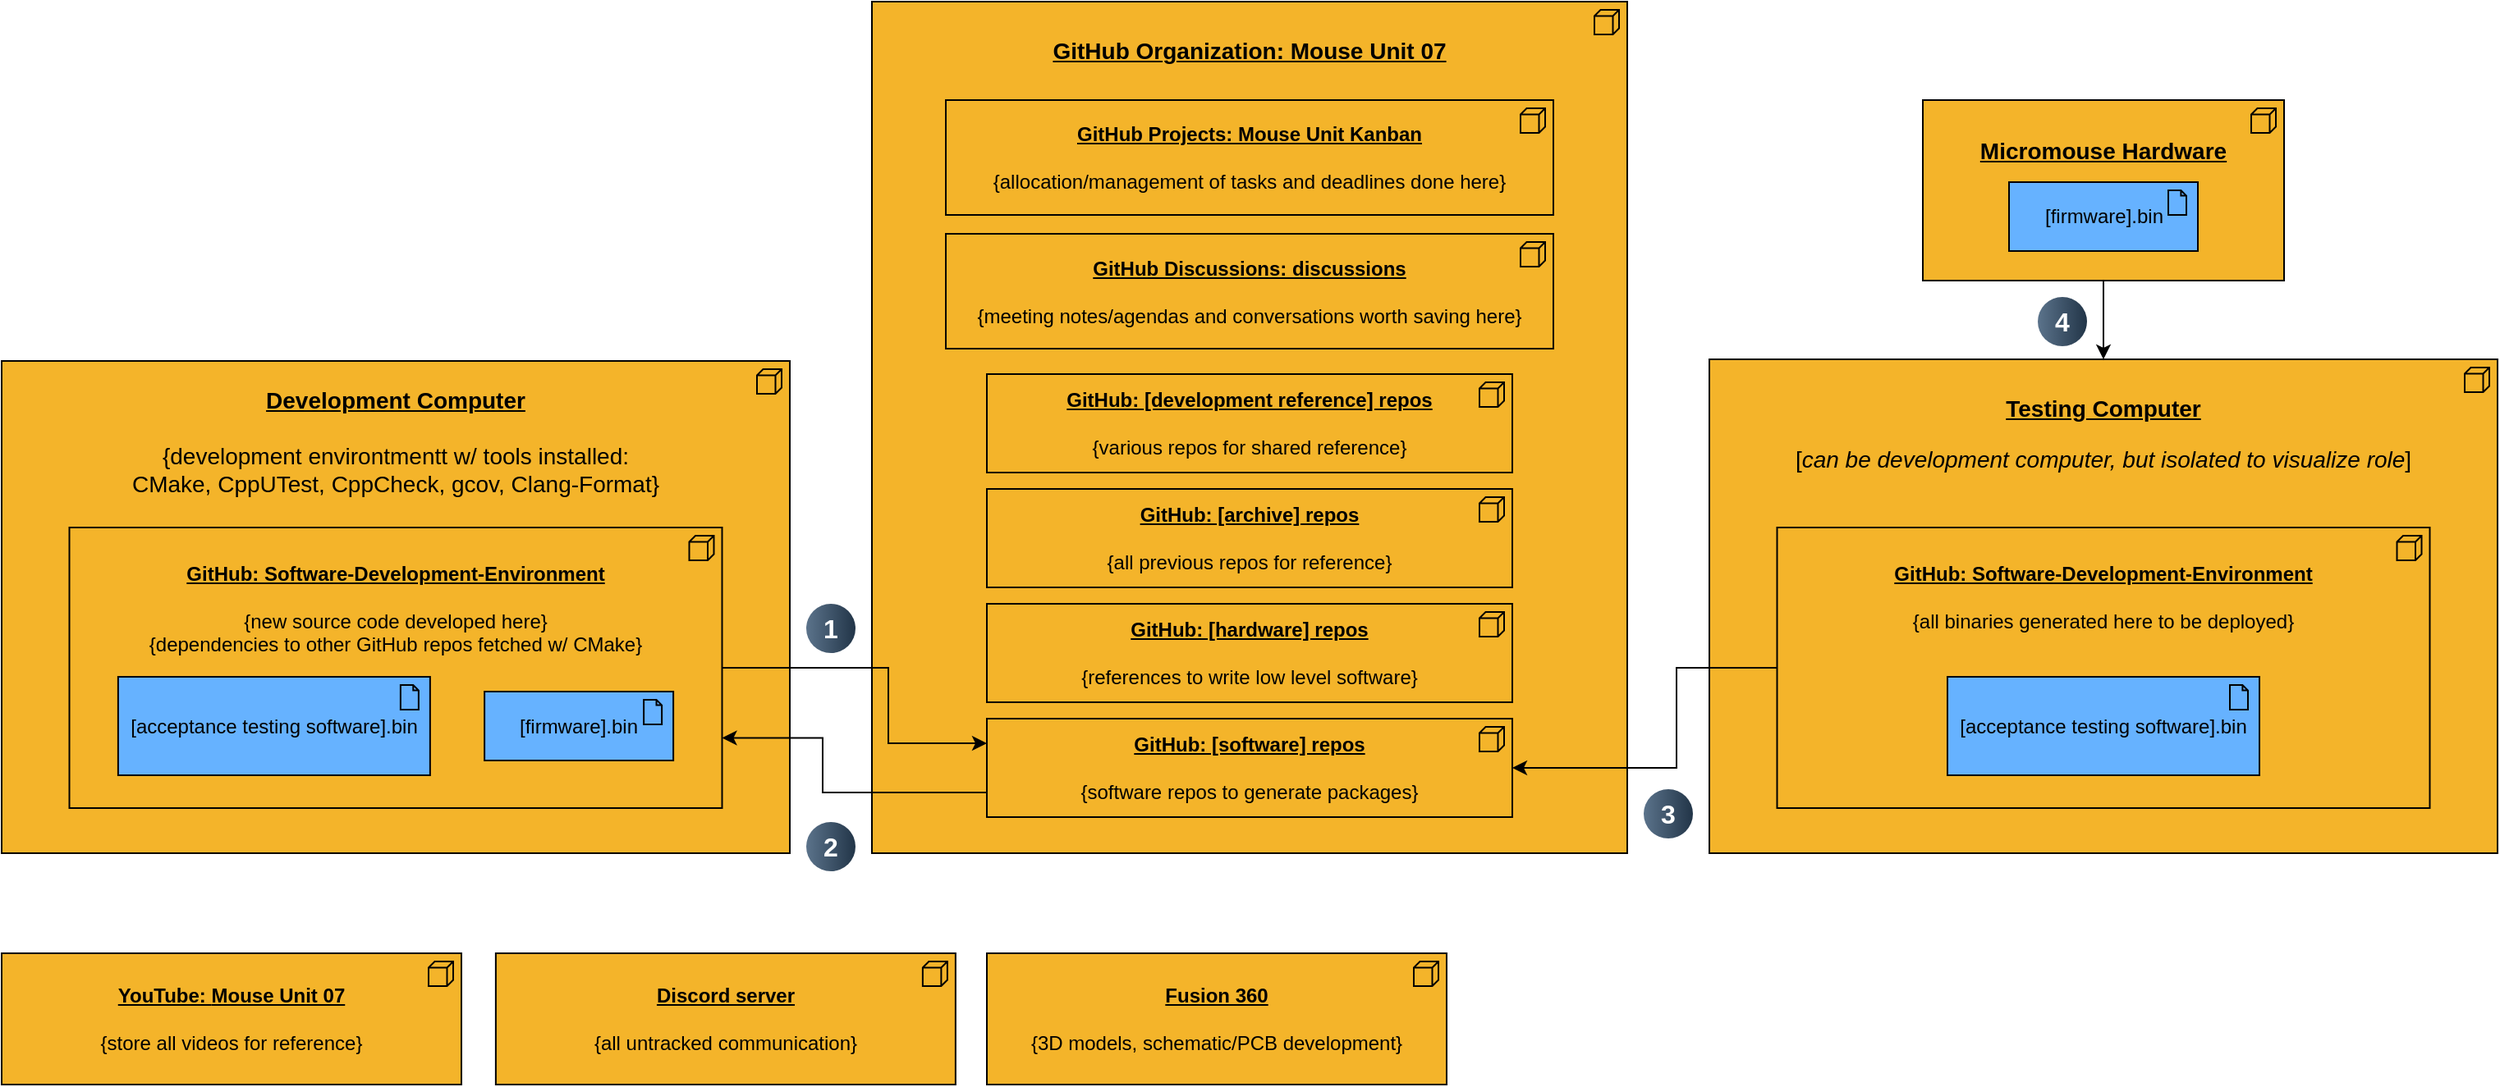
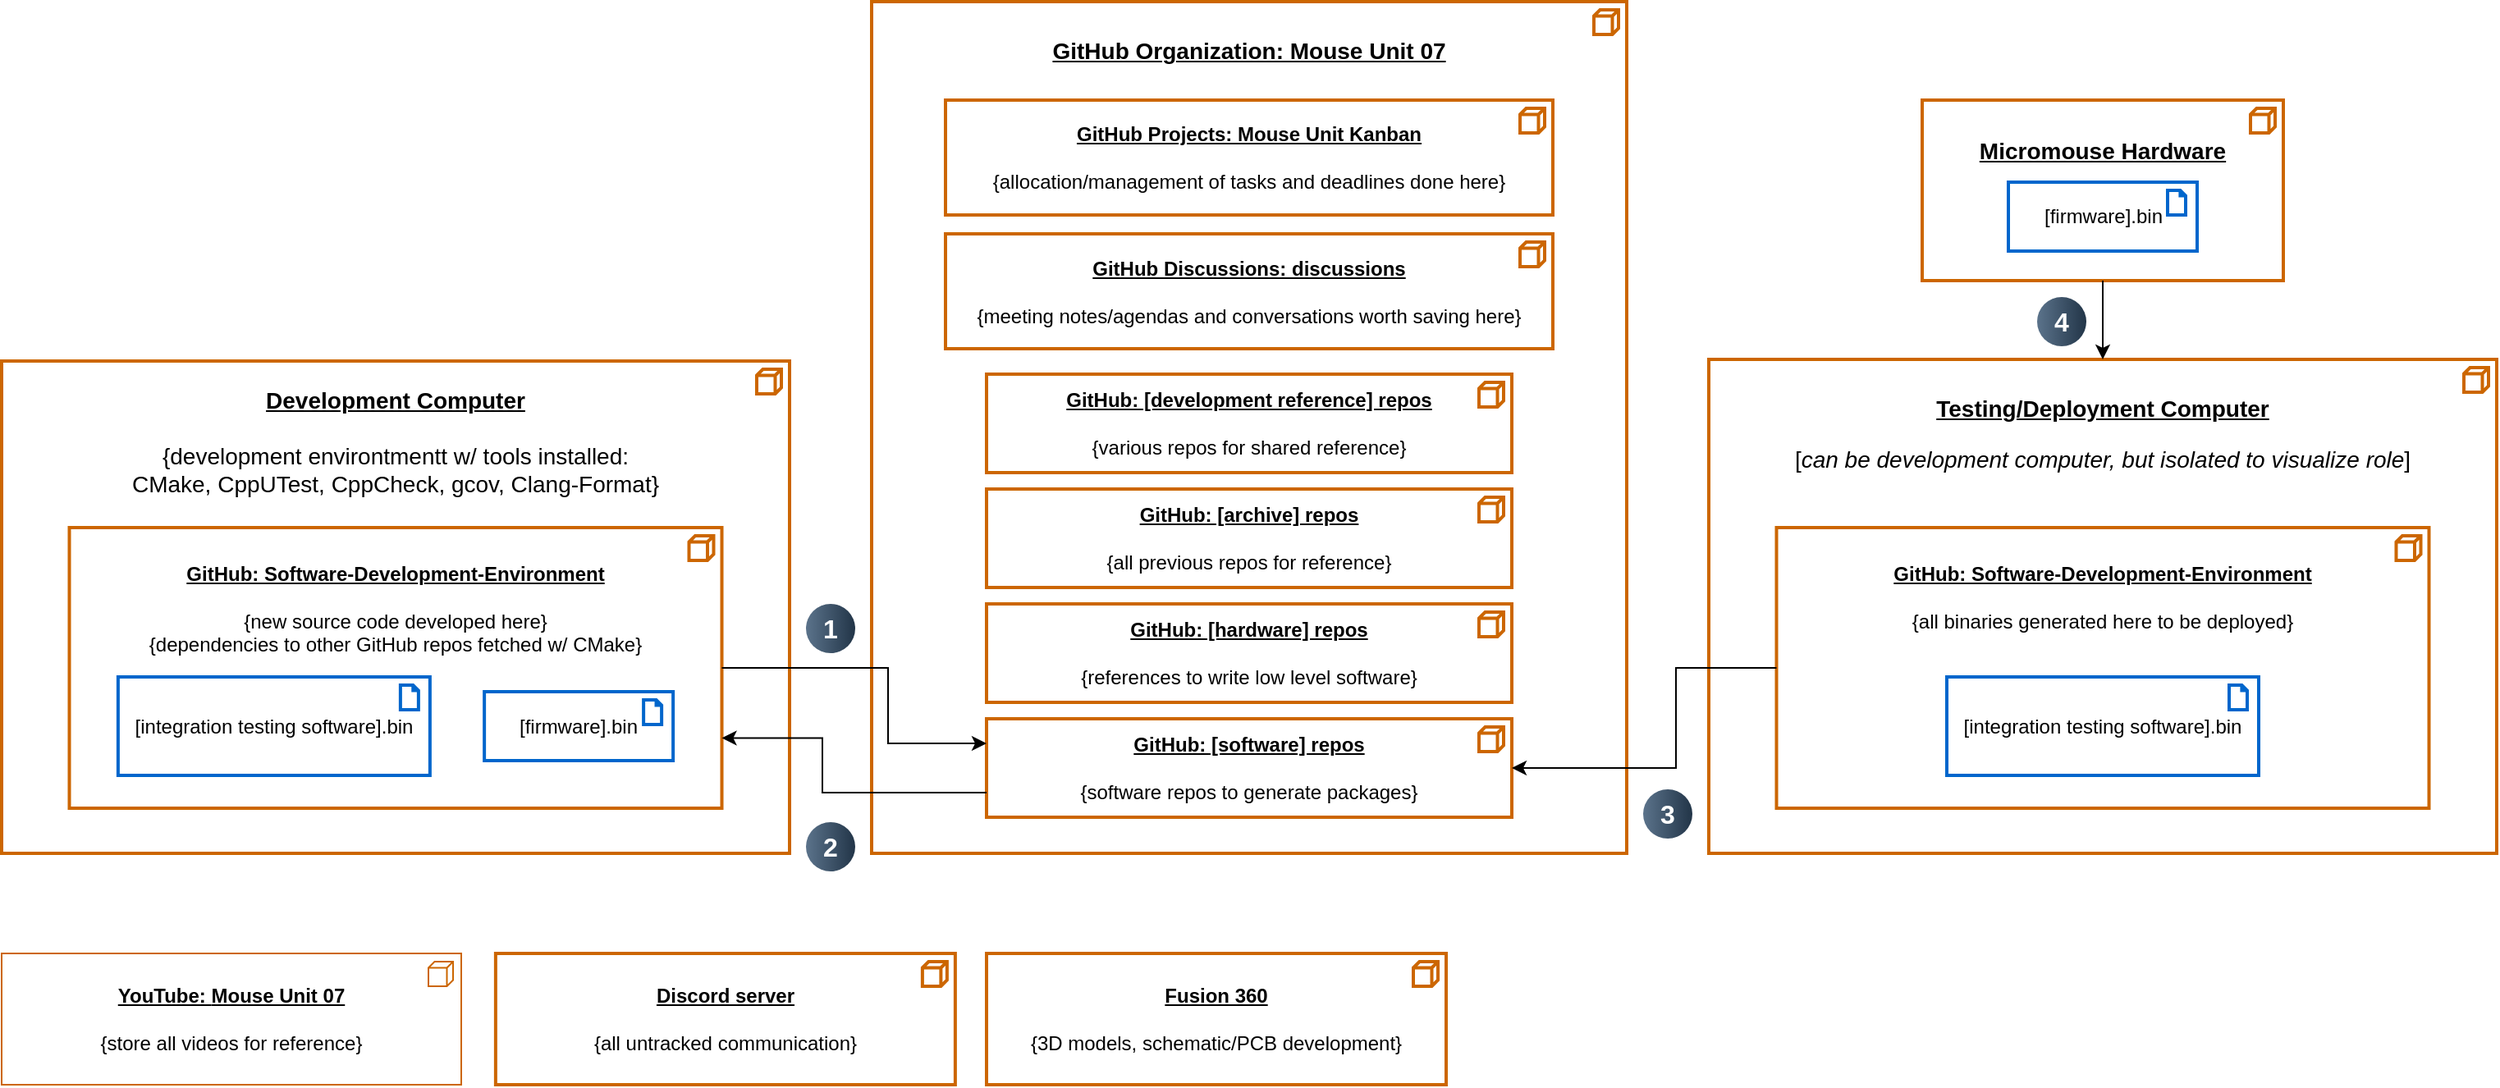
- <mxfile host="Electron" agent="Mozilla/5.0 (Windows NT 10.0; Win64; x64) AppleWebKit/537.36 (KHTML, like Gecko) draw.io/26.2.2 Chrome/134.0.6998.178 Electron/35.1.2 Safari/537.36" version="26.2.2">
+ <mxfile host="Electron" agent="Mozilla/5.0 (Windows NT 10.0; Win64; x64) AppleWebKit/537.36 (KHTML, like Gecko) draw.io/29.3.0 Chrome/140.0.7339.249 Electron/38.7.2 Safari/537.36" version="29.3.0">
  <diagram name="Page-1" id="e9XtBL2jhPyyOtfbMZeg">
-     <mxGraphModel dx="1491" dy="906" grid="1" gridSize="10" guides="1" tooltips="1" connect="1" arrows="1" fold="1" page="1" pageScale="1" pageWidth="850" pageHeight="1100" math="0" shadow="0">
+     <mxGraphModel dx="1303" dy="783" grid="1" gridSize="10" guides="1" tooltips="1" connect="1" arrows="1" fold="1" page="1" pageScale="1" pageWidth="850" pageHeight="1100" math="0" shadow="0">
      <root>
        <mxCell id="0" />
        <mxCell id="1" parent="0" />
-         <mxCell id="EkDYPHhw-KNSJjigWxGY-2" value="&lt;div style=&quot;&quot;&gt;&lt;b style=&quot;background-color: transparent; color: light-dark(rgb(0, 0, 0), rgb(255, 255, 255));&quot;&gt;&lt;u&gt;&lt;font style=&quot;font-size: 14px;&quot;&gt;GitHub Organization: Mouse Unit 07&lt;/font&gt;&lt;/u&gt;&lt;/b&gt;&lt;/div&gt;&lt;blockquote style=&quot;margin: 0 0 0 40px; border: none; padding: 0px;&quot;&gt;&lt;blockquote style=&quot;margin: 0px 0px 0px 40px; border: none; padding: 0px;&quot;&gt;&lt;b&gt;&lt;u&gt;&lt;br&gt;&lt;/u&gt;&lt;/b&gt;&lt;/blockquote&gt;&lt;blockquote style=&quot;margin: 0 0 0 40px; border: none; padding: 0px;&quot;&gt;&lt;b&gt;&lt;u&gt;&lt;br&gt;&lt;/u&gt;&lt;/b&gt;&lt;/blockquote&gt;&lt;blockquote style=&quot;margin: 0 0 0 40px; border: none; padding: 0px;&quot;&gt;&lt;b&gt;&lt;u&gt;&lt;br&gt;&lt;/u&gt;&lt;/b&gt;&lt;/blockquote&gt;&lt;blockquote style=&quot;margin: 0 0 0 40px; border: none; padding: 0px;&quot;&gt;&lt;b&gt;&lt;u&gt;&lt;br&gt;&lt;/u&gt;&lt;/b&gt;&lt;/blockquote&gt;&lt;blockquote style=&quot;margin: 0 0 0 40px; border: none; padding: 0px;&quot;&gt;&lt;b&gt;&lt;u&gt;&lt;br&gt;&lt;/u&gt;&lt;/b&gt;&lt;/blockquote&gt;&lt;blockquote style=&quot;margin: 0 0 0 40px; border: none; padding: 0px;&quot;&gt;&lt;b&gt;&lt;u&gt;&lt;br&gt;&lt;/u&gt;&lt;/b&gt;&lt;/blockquote&gt;&lt;blockquote style=&quot;margin: 0 0 0 40px; border: none; padding: 0px;&quot;&gt;&lt;b&gt;&lt;u&gt;&lt;br&gt;&lt;/u&gt;&lt;/b&gt;&lt;/blockquote&gt;&lt;blockquote style=&quot;margin: 0 0 0 40px; border: none; padding: 0px;&quot;&gt;&lt;br&gt;&lt;/blockquote&gt;&lt;blockquote style=&quot;margin: 0 0 0 40px; border: none; padding: 0px;&quot;&gt;&lt;b&gt;&lt;u&gt;&lt;br&gt;&lt;/u&gt;&lt;/b&gt;&lt;/blockquote&gt;&lt;blockquote style=&quot;margin: 0 0 0 40px; border: none; padding: 0px;&quot;&gt;&lt;b&gt;&lt;u&gt;&lt;br&gt;&lt;/u&gt;&lt;/b&gt;&lt;/blockquote&gt;&lt;blockquote style=&quot;margin: 0 0 0 40px; border: none; padding: 0px;&quot;&gt;&lt;b&gt;&lt;u&gt;&lt;br&gt;&lt;/u&gt;&lt;/b&gt;&lt;/blockquote&gt;&lt;blockquote style=&quot;margin: 0 0 0 40px; border: none; padding: 0px;&quot;&gt;&lt;b&gt;&lt;u&gt;&lt;br&gt;&lt;/u&gt;&lt;/b&gt;&lt;/blockquote&gt;&lt;blockquote style=&quot;margin: 0 0 0 40px; border: none; padding: 0px;&quot;&gt;&lt;b&gt;&lt;u&gt;&lt;br&gt;&lt;/u&gt;&lt;/b&gt;&lt;/blockquote&gt;&lt;blockquote style=&quot;margin: 0 0 0 40px; border: none; padding: 0px;&quot;&gt;&lt;b&gt;&lt;u&gt;&lt;br&gt;&lt;/u&gt;&lt;/b&gt;&lt;/blockquote&gt;&lt;blockquote style=&quot;margin: 0 0 0 40px; border: none; padding: 0px;&quot;&gt;&lt;b&gt;&lt;u&gt;&lt;br&gt;&lt;/u&gt;&lt;/b&gt;&lt;/blockquote&gt;&lt;blockquote style=&quot;margin: 0 0 0 40px; border: none; padding: 0px;&quot;&gt;&lt;b&gt;&lt;u&gt;&lt;br&gt;&lt;/u&gt;&lt;/b&gt;&lt;/blockquote&gt;&lt;blockquote style=&quot;margin: 0 0 0 40px; border: none; padding: 0px;&quot;&gt;&lt;b&gt;&lt;u&gt;&lt;br&gt;&lt;/u&gt;&lt;/b&gt;&lt;/blockquote&gt;&lt;blockquote style=&quot;margin: 0 0 0 40px; border: none; padding: 0px;&quot;&gt;&lt;b&gt;&lt;u&gt;&lt;br&gt;&lt;/u&gt;&lt;/b&gt;&lt;/blockquote&gt;&lt;blockquote style=&quot;margin: 0 0 0 40px; border: none; padding: 0px;&quot;&gt;&lt;b&gt;&lt;u&gt;&lt;br&gt;&lt;/u&gt;&lt;/b&gt;&lt;/blockquote&gt;&lt;blockquote style=&quot;margin: 0 0 0 40px; border: none; padding: 0px;&quot;&gt;&lt;b&gt;&lt;u&gt;&lt;br&gt;&lt;/u&gt;&lt;/b&gt;&lt;/blockquote&gt;&lt;blockquote style=&quot;margin: 0 0 0 40px; border: none; padding: 0px;&quot;&gt;&lt;b&gt;&lt;u&gt;&lt;br&gt;&lt;/u&gt;&lt;/b&gt;&lt;/blockquote&gt;&lt;blockquote style=&quot;margin: 0 0 0 40px; border: none; padding: 0px;&quot;&gt;&lt;b&gt;&lt;u&gt;&lt;br&gt;&lt;/u&gt;&lt;/b&gt;&lt;/blockquote&gt;&lt;blockquote style=&quot;margin: 0 0 0 40px; border: none; padding: 0px;&quot;&gt;&lt;b&gt;&lt;u&gt;&lt;br&gt;&lt;/u&gt;&lt;/b&gt;&lt;/blockquote&gt;&lt;blockquote style=&quot;margin: 0 0 0 40px; border: none; padding: 0px;&quot;&gt;&lt;b&gt;&lt;u&gt;&lt;br&gt;&lt;/u&gt;&lt;/b&gt;&lt;/blockquote&gt;&lt;blockquote style=&quot;margin: 0 0 0 40px; border: none; padding: 0px;&quot;&gt;&lt;b&gt;&lt;u&gt;&lt;br&gt;&lt;/u&gt;&lt;/b&gt;&lt;/blockquote&gt;&lt;blockquote style=&quot;margin: 0 0 0 40px; border: none; padding: 0px;&quot;&gt;&lt;b&gt;&lt;u&gt;&lt;br&gt;&lt;/u&gt;&lt;/b&gt;&lt;/blockquote&gt;&lt;blockquote style=&quot;margin: 0 0 0 40px; border: none; padding: 0px;&quot;&gt;&lt;b&gt;&lt;u&gt;&lt;br&gt;&lt;/u&gt;&lt;/b&gt;&lt;/blockquote&gt;&lt;blockquote style=&quot;margin: 0 0 0 40px; border: none; padding: 0px;&quot;&gt;&lt;b&gt;&lt;u&gt;&lt;br&gt;&lt;/u&gt;&lt;/b&gt;&lt;/blockquote&gt;&lt;blockquote style=&quot;margin: 0 0 0 40px; border: none; padding: 0px;&quot;&gt;&lt;b&gt;&lt;u&gt;&lt;br&gt;&lt;/u&gt;&lt;/b&gt;&lt;/blockquote&gt;&lt;blockquote style=&quot;margin: 0 0 0 40px; border: none; padding: 0px;&quot;&gt;&lt;b&gt;&lt;u&gt;&lt;br&gt;&lt;/u&gt;&lt;/b&gt;&lt;/blockquote&gt;&lt;blockquote style=&quot;margin: 0 0 0 40px; border: none; padding: 0px;&quot;&gt;&lt;b&gt;&lt;u&gt;&lt;br&gt;&lt;/u&gt;&lt;/b&gt;&lt;/blockquote&gt;&lt;blockquote style=&quot;margin: 0 0 0 40px; border: none; padding: 0px;&quot;&gt;&lt;br&gt;&lt;/blockquote&gt;&lt;/blockquote&gt;" style="html=1;outlineConnect=0;whiteSpace=wrap;fillColor=light-dark(#f4b42a, #004400);shape=mxgraph.archimate.application;appType=node;align=center;" parent="1" vertex="1">
-           <mxGeometry x="590" y="90" width="460" height="519" as="geometry" />
+         <mxCell id="EkDYPHhw-KNSJjigWxGY-2" parent="1" style="html=1;outlineConnect=0;whiteSpace=wrap;fillColor=none;shape=mxgraph.archimate.application;appType=node;align=center;strokeColor=#CC6600;strokeWidth=2;" value="&lt;div style=&quot;&quot;&gt;&lt;b style=&quot;background-color: transparent; color: light-dark(rgb(0, 0, 0), rgb(255, 255, 255));&quot;&gt;&lt;u&gt;&lt;font style=&quot;font-size: 14px;&quot;&gt;GitHub Organization: Mouse Unit 07&lt;/font&gt;&lt;/u&gt;&lt;/b&gt;&lt;/div&gt;&lt;blockquote style=&quot;margin: 0 0 0 40px; border: none; padding: 0px;&quot;&gt;&lt;blockquote style=&quot;margin: 0px 0px 0px 40px; border: none; padding: 0px;&quot;&gt;&lt;b&gt;&lt;u&gt;&lt;br&gt;&lt;/u&gt;&lt;/b&gt;&lt;/blockquote&gt;&lt;blockquote style=&quot;margin: 0 0 0 40px; border: none; padding: 0px;&quot;&gt;&lt;b&gt;&lt;u&gt;&lt;br&gt;&lt;/u&gt;&lt;/b&gt;&lt;/blockquote&gt;&lt;blockquote style=&quot;margin: 0 0 0 40px; border: none; padding: 0px;&quot;&gt;&lt;b&gt;&lt;u&gt;&lt;br&gt;&lt;/u&gt;&lt;/b&gt;&lt;/blockquote&gt;&lt;blockquote style=&quot;margin: 0 0 0 40px; border: none; padding: 0px;&quot;&gt;&lt;b&gt;&lt;u&gt;&lt;br&gt;&lt;/u&gt;&lt;/b&gt;&lt;/blockquote&gt;&lt;blockquote style=&quot;margin: 0 0 0 40px; border: none; padding: 0px;&quot;&gt;&lt;b&gt;&lt;u&gt;&lt;br&gt;&lt;/u&gt;&lt;/b&gt;&lt;/blockquote&gt;&lt;blockquote style=&quot;margin: 0 0 0 40px; border: none; padding: 0px;&quot;&gt;&lt;b&gt;&lt;u&gt;&lt;br&gt;&lt;/u&gt;&lt;/b&gt;&lt;/blockquote&gt;&lt;blockquote style=&quot;margin: 0 0 0 40px; border: none; padding: 0px;&quot;&gt;&lt;b&gt;&lt;u&gt;&lt;br&gt;&lt;/u&gt;&lt;/b&gt;&lt;/blockquote&gt;&lt;blockquote style=&quot;margin: 0 0 0 40px; border: none; padding: 0px;&quot;&gt;&lt;br&gt;&lt;/blockquote&gt;&lt;blockquote style=&quot;margin: 0 0 0 40px; border: none; padding: 0px;&quot;&gt;&lt;b&gt;&lt;u&gt;&lt;br&gt;&lt;/u&gt;&lt;/b&gt;&lt;/blockquote&gt;&lt;blockquote style=&quot;margin: 0 0 0 40px; border: none; padding: 0px;&quot;&gt;&lt;b&gt;&lt;u&gt;&lt;br&gt;&lt;/u&gt;&lt;/b&gt;&lt;/blockquote&gt;&lt;blockquote style=&quot;margin: 0 0 0 40px; border: none; padding: 0px;&quot;&gt;&lt;b&gt;&lt;u&gt;&lt;br&gt;&lt;/u&gt;&lt;/b&gt;&lt;/blockquote&gt;&lt;blockquote style=&quot;margin: 0 0 0 40px; border: none; padding: 0px;&quot;&gt;&lt;b&gt;&lt;u&gt;&lt;br&gt;&lt;/u&gt;&lt;/b&gt;&lt;/blockquote&gt;&lt;blockquote style=&quot;margin: 0 0 0 40px; border: none; padding: 0px;&quot;&gt;&lt;b&gt;&lt;u&gt;&lt;br&gt;&lt;/u&gt;&lt;/b&gt;&lt;/blockquote&gt;&lt;blockquote style=&quot;margin: 0 0 0 40px; border: none; padding: 0px;&quot;&gt;&lt;b&gt;&lt;u&gt;&lt;br&gt;&lt;/u&gt;&lt;/b&gt;&lt;/blockquote&gt;&lt;blockquote style=&quot;margin: 0 0 0 40px; border: none; padding: 0px;&quot;&gt;&lt;b&gt;&lt;u&gt;&lt;br&gt;&lt;/u&gt;&lt;/b&gt;&lt;/blockquote&gt;&lt;blockquote style=&quot;margin: 0 0 0 40px; border: none; padding: 0px;&quot;&gt;&lt;b&gt;&lt;u&gt;&lt;br&gt;&lt;/u&gt;&lt;/b&gt;&lt;/blockquote&gt;&lt;blockquote style=&quot;margin: 0 0 0 40px; border: none; padding: 0px;&quot;&gt;&lt;b&gt;&lt;u&gt;&lt;br&gt;&lt;/u&gt;&lt;/b&gt;&lt;/blockquote&gt;&lt;blockquote style=&quot;margin: 0 0 0 40px; border: none; padding: 0px;&quot;&gt;&lt;b&gt;&lt;u&gt;&lt;br&gt;&lt;/u&gt;&lt;/b&gt;&lt;/blockquote&gt;&lt;blockquote style=&quot;margin: 0 0 0 40px; border: none; padding: 0px;&quot;&gt;&lt;b&gt;&lt;u&gt;&lt;br&gt;&lt;/u&gt;&lt;/b&gt;&lt;/blockquote&gt;&lt;blockquote style=&quot;margin: 0 0 0 40px; border: none; padding: 0px;&quot;&gt;&lt;b&gt;&lt;u&gt;&lt;br&gt;&lt;/u&gt;&lt;/b&gt;&lt;/blockquote&gt;&lt;blockquote style=&quot;margin: 0 0 0 40px; border: none; padding: 0px;&quot;&gt;&lt;b&gt;&lt;u&gt;&lt;br&gt;&lt;/u&gt;&lt;/b&gt;&lt;/blockquote&gt;&lt;blockquote style=&quot;margin: 0 0 0 40px; border: none; padding: 0px;&quot;&gt;&lt;b&gt;&lt;u&gt;&lt;br&gt;&lt;/u&gt;&lt;/b&gt;&lt;/blockquote&gt;&lt;blockquote style=&quot;margin: 0 0 0 40px; border: none; padding: 0px;&quot;&gt;&lt;b&gt;&lt;u&gt;&lt;br&gt;&lt;/u&gt;&lt;/b&gt;&lt;/blockquote&gt;&lt;blockquote style=&quot;margin: 0 0 0 40px; border: none; padding: 0px;&quot;&gt;&lt;b&gt;&lt;u&gt;&lt;br&gt;&lt;/u&gt;&lt;/b&gt;&lt;/blockquote&gt;&lt;blockquote style=&quot;margin: 0 0 0 40px; border: none; padding: 0px;&quot;&gt;&lt;b&gt;&lt;u&gt;&lt;br&gt;&lt;/u&gt;&lt;/b&gt;&lt;/blockquote&gt;&lt;blockquote style=&quot;margin: 0 0 0 40px; border: none; padding: 0px;&quot;&gt;&lt;b&gt;&lt;u&gt;&lt;br&gt;&lt;/u&gt;&lt;/b&gt;&lt;/blockquote&gt;&lt;blockquote style=&quot;margin: 0 0 0 40px; border: none; padding: 0px;&quot;&gt;&lt;b&gt;&lt;u&gt;&lt;br&gt;&lt;/u&gt;&lt;/b&gt;&lt;/blockquote&gt;&lt;blockquote style=&quot;margin: 0 0 0 40px; border: none; padding: 0px;&quot;&gt;&lt;b&gt;&lt;u&gt;&lt;br&gt;&lt;/u&gt;&lt;/b&gt;&lt;/blockquote&gt;&lt;blockquote style=&quot;margin: 0 0 0 40px; border: none; padding: 0px;&quot;&gt;&lt;b&gt;&lt;u&gt;&lt;br&gt;&lt;/u&gt;&lt;/b&gt;&lt;/blockquote&gt;&lt;blockquote style=&quot;margin: 0 0 0 40px; border: none; padding: 0px;&quot;&gt;&lt;b&gt;&lt;u&gt;&lt;br&gt;&lt;/u&gt;&lt;/b&gt;&lt;/blockquote&gt;&lt;blockquote style=&quot;margin: 0 0 0 40px; border: none; padding: 0px;&quot;&gt;&lt;b&gt;&lt;u&gt;&lt;br&gt;&lt;/u&gt;&lt;/b&gt;&lt;/blockquote&gt;&lt;blockquote style=&quot;margin: 0 0 0 40px; border: none; padding: 0px;&quot;&gt;&lt;br&gt;&lt;/blockquote&gt;&lt;/blockquote&gt;" vertex="1">
+           <mxGeometry height="519" width="460" x="590" y="90" as="geometry" />
        </mxCell>
-         <mxCell id="EkDYPHhw-KNSJjigWxGY-4" value="&lt;b&gt;&lt;u&gt;GitHub Projects: Mouse Unit Kanban&lt;/u&gt;&lt;/b&gt;&lt;b&gt;&lt;u&gt;&lt;br&gt;&lt;/u&gt;&lt;/b&gt;&lt;span style=&quot;background-color: transparent; color: light-dark(rgb(0, 0, 0), rgb(255, 255, 255));&quot;&gt;&lt;br&gt;{allocation/management of tasks and deadlines done here}&lt;/span&gt;" style="html=1;outlineConnect=0;whiteSpace=wrap;fillColor=light-dark(#f4b42a, #004400);shape=mxgraph.archimate.application;appType=node;align=center;" parent="1" vertex="1">
-           <mxGeometry x="635" y="150" width="370" height="70" as="geometry" />
+         <mxCell id="EkDYPHhw-KNSJjigWxGY-4" parent="1" style="html=1;outlineConnect=0;whiteSpace=wrap;fillColor=none;shape=mxgraph.archimate.application;appType=node;align=center;strokeColor=#CC6600;strokeWidth=2;" value="&lt;b&gt;&lt;u&gt;GitHub Projects: Mouse Unit Kanban&lt;/u&gt;&lt;/b&gt;&lt;b&gt;&lt;u&gt;&lt;br&gt;&lt;/u&gt;&lt;/b&gt;&lt;span style=&quot;background-color: transparent; color: light-dark(rgb(0, 0, 0), rgb(255, 255, 255));&quot;&gt;&lt;br&gt;{allocation/management of tasks and deadlines done here}&lt;/span&gt;" vertex="1">
+           <mxGeometry height="70" width="370" x="635" y="150" as="geometry" />
        </mxCell>
-         <mxCell id="ZBorQev55Vk7wjFXjuuA-1" value="&lt;b&gt;&lt;u&gt;GitHub: [software] repos&lt;br&gt;&lt;/u&gt;&lt;/b&gt;&lt;br&gt;&lt;span style=&quot;background-color: transparent; color: light-dark(rgb(0, 0, 0), rgb(255, 255, 255));&quot;&gt;{software repos to generate packages}&lt;/span&gt;" style="html=1;outlineConnect=0;whiteSpace=wrap;fillColor=light-dark(#f4b42a, #004400);shape=mxgraph.archimate.application;appType=node;align=center;" parent="1" vertex="1">
-           <mxGeometry x="660" y="527" width="320" height="60" as="geometry" />
+         <mxCell id="ZBorQev55Vk7wjFXjuuA-1" parent="1" style="html=1;outlineConnect=0;whiteSpace=wrap;fillColor=none;shape=mxgraph.archimate.application;appType=node;align=center;strokeColor=#CC6600;strokeWidth=2;" value="&lt;b&gt;&lt;u&gt;GitHub: [software] repos&lt;br&gt;&lt;/u&gt;&lt;/b&gt;&lt;br&gt;&lt;span style=&quot;background-color: transparent; color: light-dark(rgb(0, 0, 0), rgb(255, 255, 255));&quot;&gt;{software repos to generate packages}&lt;/span&gt;" vertex="1">
+           <mxGeometry height="60" width="320" x="660" y="527" as="geometry" />
        </mxCell>
-         <mxCell id="ZBorQev55Vk7wjFXjuuA-5" value="&lt;b&gt;&lt;u&gt;GitHub: [development reference] repos&lt;/u&gt;&lt;/b&gt;&lt;div&gt;&lt;br&gt;&lt;span style=&quot;background-color: transparent; color: light-dark(rgb(0, 0, 0), rgb(255, 255, 255));&quot;&gt;{various repos for shared reference}&lt;/span&gt;&lt;/div&gt;" style="html=1;outlineConnect=0;whiteSpace=wrap;fillColor=light-dark(#f4b42a, #004400);shape=mxgraph.archimate.application;appType=node;align=center;" parent="1" vertex="1">
-           <mxGeometry x="660" y="317" width="320" height="60" as="geometry" />
+         <mxCell id="ZBorQev55Vk7wjFXjuuA-5" parent="1" style="html=1;outlineConnect=0;whiteSpace=wrap;fillColor=none;shape=mxgraph.archimate.application;appType=node;align=center;strokeColor=#CC6600;strokeWidth=2;" value="&lt;b&gt;&lt;u&gt;GitHub: [development reference] repos&lt;/u&gt;&lt;/b&gt;&lt;div&gt;&lt;br&gt;&lt;span style=&quot;background-color: transparent; color: light-dark(rgb(0, 0, 0), rgb(255, 255, 255));&quot;&gt;{various repos for shared reference}&lt;/span&gt;&lt;/div&gt;" vertex="1">
+           <mxGeometry height="60" width="320" x="660" y="317" as="geometry" />
        </mxCell>
-         <mxCell id="ZBorQev55Vk7wjFXjuuA-6" value="&lt;b&gt;&lt;u&gt;GitHub: [hardware] repos&lt;br&gt;&lt;/u&gt;&lt;/b&gt;&lt;br&gt;&lt;span style=&quot;background-color: transparent; color: light-dark(rgb(0, 0, 0), rgb(255, 255, 255));&quot;&gt;{references to write low level software}&lt;/span&gt;" style="html=1;outlineConnect=0;whiteSpace=wrap;fillColor=light-dark(#f4b42a, #004400);shape=mxgraph.archimate.application;appType=node;align=center;" parent="1" vertex="1">
-           <mxGeometry x="660" y="457" width="320" height="60" as="geometry" />
+         <mxCell id="ZBorQev55Vk7wjFXjuuA-6" parent="1" style="html=1;outlineConnect=0;whiteSpace=wrap;fillColor=none;shape=mxgraph.archimate.application;appType=node;align=center;strokeColor=#CC6600;strokeWidth=2;" value="&lt;b&gt;&lt;u&gt;GitHub: [hardware] repos&lt;br&gt;&lt;/u&gt;&lt;/b&gt;&lt;br&gt;&lt;span style=&quot;background-color: transparent; color: light-dark(rgb(0, 0, 0), rgb(255, 255, 255));&quot;&gt;{references to write low level software}&lt;/span&gt;" vertex="1">
+           <mxGeometry height="60" width="320" x="660" y="457" as="geometry" />
        </mxCell>
-         <mxCell id="ZBorQev55Vk7wjFXjuuA-7" value="&lt;b&gt;&lt;u&gt;GitHub: [archive] repos&lt;br&gt;&lt;/u&gt;&lt;/b&gt;&lt;br&gt;&lt;span style=&quot;background-color: transparent; color: light-dark(rgb(0, 0, 0), rgb(255, 255, 255));&quot;&gt;{all previous repos for reference}&lt;/span&gt;" style="html=1;outlineConnect=0;whiteSpace=wrap;fillColor=light-dark(#f4b42a, #004400);shape=mxgraph.archimate.application;appType=node;align=center;" parent="1" vertex="1">
-           <mxGeometry x="660" y="387" width="320" height="60" as="geometry" />
+         <mxCell id="ZBorQev55Vk7wjFXjuuA-7" parent="1" style="html=1;outlineConnect=0;whiteSpace=wrap;fillColor=none;shape=mxgraph.archimate.application;appType=node;align=center;strokeColor=#CC6600;strokeWidth=2;" value="&lt;b&gt;&lt;u&gt;GitHub: [archive] repos&lt;br&gt;&lt;/u&gt;&lt;/b&gt;&lt;br&gt;&lt;span style=&quot;background-color: transparent; color: light-dark(rgb(0, 0, 0), rgb(255, 255, 255));&quot;&gt;{all previous repos for reference}&lt;/span&gt;" vertex="1">
+           <mxGeometry height="60" width="320" x="660" y="387" as="geometry" />
        </mxCell>
-         <mxCell id="ZBorQev55Vk7wjFXjuuA-12" value="&lt;span style=&quot;font-size: 14px;&quot;&gt;&lt;b&gt;&lt;u&gt;Development Computer&lt;/u&gt;&lt;/b&gt;&lt;/span&gt;&lt;div&gt;&lt;span style=&quot;font-size: 14px;&quot;&gt;&lt;b&gt;&lt;u&gt;&lt;br&gt;&lt;/u&gt;&lt;/b&gt;&lt;/span&gt;&lt;div&gt;&lt;div&gt;&lt;font style=&quot;font-size: 14px;&quot;&gt;&lt;span style=&quot;background-color: transparent; color: light-dark(rgb(0, 0, 0), rgb(255, 255, 255));&quot;&gt;{development environtmentt w/ tools&amp;nbsp;&lt;/span&gt;&lt;span style=&quot;background-color: transparent; color: light-dark(rgb(0, 0, 0), rgb(255, 255, 255));&quot;&gt;installed&lt;/span&gt;&lt;span style=&quot;background-color: transparent; color: light-dark(rgb(0, 0, 0), rgb(255, 255, 255));&quot;&gt;:&lt;/span&gt;&lt;/font&gt;&lt;/div&gt;&lt;div&gt;&lt;span style=&quot;background-color: transparent; color: light-dark(rgb(0, 0, 0), rgb(255, 255, 255));&quot;&gt;&lt;font style=&quot;font-size: 14px;&quot;&gt;CMake, CppUTest, CppCheck, gcov, Clang-Format}&lt;/font&gt;&lt;/span&gt;&lt;/div&gt;&lt;div&gt;&lt;br&gt;&lt;/div&gt;&lt;div&gt;&lt;font size=&quot;3&quot;&gt;&lt;br&gt;&lt;/font&gt;&lt;/div&gt;&lt;div&gt;&lt;span style=&quot;font-size: 14px;&quot;&gt;&lt;br&gt;&lt;/span&gt;&lt;/div&gt;&lt;div&gt;&lt;span style=&quot;font-size: 14px;&quot;&gt;&lt;br&gt;&lt;/span&gt;&lt;/div&gt;&lt;div&gt;&lt;span style=&quot;font-size: 14px;&quot;&gt;&lt;br&gt;&lt;/span&gt;&lt;/div&gt;&lt;div&gt;&lt;span style=&quot;font-size: 14px;&quot;&gt;&lt;br&gt;&lt;/span&gt;&lt;/div&gt;&lt;div&gt;&lt;span style=&quot;font-size: 14px;&quot;&gt;&lt;br&gt;&lt;/span&gt;&lt;/div&gt;&lt;div&gt;&lt;span style=&quot;font-size: 14px;&quot;&gt;&lt;br&gt;&lt;/span&gt;&lt;/div&gt;&lt;div&gt;&lt;span style=&quot;font-size: 14px;&quot;&gt;&lt;br&gt;&lt;/span&gt;&lt;/div&gt;&lt;div&gt;&lt;span style=&quot;font-size: 14px;&quot;&gt;&lt;br&gt;&lt;/span&gt;&lt;/div&gt;&lt;div&gt;&lt;span style=&quot;font-size: 14px;&quot;&gt;&lt;br&gt;&lt;/span&gt;&lt;/div&gt;&lt;div&gt;&lt;span style=&quot;font-size: 14px;&quot;&gt;&lt;br&gt;&lt;/span&gt;&lt;/div&gt;&lt;/div&gt;&lt;/div&gt;" style="html=1;outlineConnect=0;whiteSpace=wrap;fillColor=light-dark(#f4b42a, #004400);shape=mxgraph.archimate.application;appType=node;align=center;" parent="1" vertex="1">
-           <mxGeometry x="60" y="309" width="480" height="300" as="geometry" />
+         <mxCell id="ZBorQev55Vk7wjFXjuuA-12" parent="1" style="html=1;outlineConnect=0;whiteSpace=wrap;fillColor=none;shape=mxgraph.archimate.application;appType=node;align=center;strokeColor=#CC6600;strokeWidth=2;" value="&lt;span style=&quot;font-size: 14px;&quot;&gt;&lt;b&gt;&lt;u&gt;Development Computer&lt;/u&gt;&lt;/b&gt;&lt;/span&gt;&lt;div&gt;&lt;span style=&quot;font-size: 14px;&quot;&gt;&lt;b&gt;&lt;u&gt;&lt;br&gt;&lt;/u&gt;&lt;/b&gt;&lt;/span&gt;&lt;div&gt;&lt;div&gt;&lt;font style=&quot;font-size: 14px;&quot;&gt;&lt;span style=&quot;background-color: transparent; color: light-dark(rgb(0, 0, 0), rgb(255, 255, 255));&quot;&gt;{development environtmentt w/ tools&amp;nbsp;&lt;/span&gt;&lt;span style=&quot;background-color: transparent; color: light-dark(rgb(0, 0, 0), rgb(255, 255, 255));&quot;&gt;installed&lt;/span&gt;&lt;span style=&quot;background-color: transparent; color: light-dark(rgb(0, 0, 0), rgb(255, 255, 255));&quot;&gt;:&lt;/span&gt;&lt;/font&gt;&lt;/div&gt;&lt;div&gt;&lt;span style=&quot;background-color: transparent; color: light-dark(rgb(0, 0, 0), rgb(255, 255, 255));&quot;&gt;&lt;font style=&quot;font-size: 14px;&quot;&gt;CMake, CppUTest, CppCheck, gcov, Clang-Format}&lt;/font&gt;&lt;/span&gt;&lt;/div&gt;&lt;div&gt;&lt;br&gt;&lt;/div&gt;&lt;div&gt;&lt;font size=&quot;3&quot;&gt;&lt;br&gt;&lt;/font&gt;&lt;/div&gt;&lt;div&gt;&lt;span style=&quot;font-size: 14px;&quot;&gt;&lt;br&gt;&lt;/span&gt;&lt;/div&gt;&lt;div&gt;&lt;span style=&quot;font-size: 14px;&quot;&gt;&lt;br&gt;&lt;/span&gt;&lt;/div&gt;&lt;div&gt;&lt;span style=&quot;font-size: 14px;&quot;&gt;&lt;br&gt;&lt;/span&gt;&lt;/div&gt;&lt;div&gt;&lt;span style=&quot;font-size: 14px;&quot;&gt;&lt;br&gt;&lt;/span&gt;&lt;/div&gt;&lt;div&gt;&lt;span style=&quot;font-size: 14px;&quot;&gt;&lt;br&gt;&lt;/span&gt;&lt;/div&gt;&lt;div&gt;&lt;span style=&quot;font-size: 14px;&quot;&gt;&lt;br&gt;&lt;/span&gt;&lt;/div&gt;&lt;div&gt;&lt;span style=&quot;font-size: 14px;&quot;&gt;&lt;br&gt;&lt;/span&gt;&lt;/div&gt;&lt;div&gt;&lt;span style=&quot;font-size: 14px;&quot;&gt;&lt;br&gt;&lt;/span&gt;&lt;/div&gt;&lt;div&gt;&lt;span style=&quot;font-size: 14px;&quot;&gt;&lt;br&gt;&lt;/span&gt;&lt;/div&gt;&lt;div&gt;&lt;span style=&quot;font-size: 14px;&quot;&gt;&lt;br&gt;&lt;/span&gt;&lt;/div&gt;&lt;/div&gt;&lt;/div&gt;" vertex="1">
+           <mxGeometry height="300" width="480" x="60" y="309" as="geometry" />
        </mxCell>
-         <mxCell id="ZBorQev55Vk7wjFXjuuA-14" value="&lt;span style=&quot;font-size: 14px;&quot;&gt;&lt;b&gt;&lt;u&gt;Micromouse Hardware&lt;/u&gt;&lt;/b&gt;&lt;/span&gt;&lt;div&gt;&lt;span style=&quot;font-size: 14px; background-color: transparent; color: light-dark(rgb(0, 0, 0), rgb(255, 255, 255));&quot;&gt;&lt;br&gt;&lt;/span&gt;&lt;/div&gt;&lt;div&gt;&lt;span style=&quot;font-size: 14px; background-color: transparent; color: light-dark(rgb(0, 0, 0), rgb(255, 255, 255));&quot;&gt;&lt;br&gt;&lt;/span&gt;&lt;/div&gt;&lt;div&gt;&lt;br&gt;&lt;/div&gt;" style="html=1;outlineConnect=0;whiteSpace=wrap;fillColor=light-dark(#f4b42a, #004400);shape=mxgraph.archimate.application;appType=node;align=center;" parent="1" vertex="1">
-           <mxGeometry x="1230" y="150" width="220" height="110" as="geometry" />
+         <mxCell id="ZBorQev55Vk7wjFXjuuA-14" parent="1" style="html=1;outlineConnect=0;whiteSpace=wrap;fillColor=none;shape=mxgraph.archimate.application;appType=node;align=center;strokeColor=#CC6600;strokeWidth=2;" value="&lt;span style=&quot;font-size: 14px;&quot;&gt;&lt;b&gt;&lt;u&gt;Micromouse Hardware&lt;/u&gt;&lt;/b&gt;&lt;/span&gt;&lt;div&gt;&lt;span style=&quot;font-size: 14px; background-color: transparent; color: light-dark(rgb(0, 0, 0), rgb(255, 255, 255));&quot;&gt;&lt;br&gt;&lt;/span&gt;&lt;/div&gt;&lt;div&gt;&lt;span style=&quot;font-size: 14px; background-color: transparent; color: light-dark(rgb(0, 0, 0), rgb(255, 255, 255));&quot;&gt;&lt;br&gt;&lt;/span&gt;&lt;/div&gt;&lt;div&gt;&lt;br&gt;&lt;/div&gt;" vertex="1">
+           <mxGeometry height="110" width="220" x="1230" y="150" as="geometry" />
        </mxCell>
-         <mxCell id="ZBorQev55Vk7wjFXjuuA-15" value="&lt;span style=&quot;background-color: transparent; color: light-dark(rgb(0, 0, 0), rgb(255, 255, 255));&quot;&gt;&lt;b&gt;&lt;u&gt;GitHub: Software-Development-Environment&lt;/u&gt;&lt;/b&gt;&lt;/span&gt;&lt;div&gt;&lt;span style=&quot;background-color: transparent; color: light-dark(rgb(0, 0, 0), rgb(255, 255, 255));&quot;&gt;&lt;br&gt;&lt;/span&gt;&lt;font&gt;&lt;span style=&quot;background-color: transparent; color: light-dark(rgb(0, 0, 0), rgb(255, 255, 255));&quot;&gt;{new source code developed here}&lt;/span&gt;&lt;br&gt;&lt;/font&gt;&lt;/div&gt;&lt;div&gt;&lt;span style=&quot;background-color: transparent; color: light-dark(rgb(0, 0, 0), rgb(255, 255, 255));&quot;&gt;{dependencies to other GitHub repos fetched w/ CMake}&lt;/span&gt;&lt;/div&gt;&lt;div&gt;&lt;span style=&quot;background-color: transparent; color: light-dark(rgb(0, 0, 0), rgb(255, 255, 255));&quot;&gt;&lt;br&gt;&lt;/span&gt;&lt;/div&gt;&lt;div&gt;&lt;span style=&quot;background-color: transparent; color: light-dark(rgb(0, 0, 0), rgb(255, 255, 255));&quot;&gt;&lt;br&gt;&lt;/span&gt;&lt;/div&gt;&lt;div&gt;&lt;span style=&quot;background-color: transparent; color: light-dark(rgb(0, 0, 0), rgb(255, 255, 255));&quot;&gt;&lt;br&gt;&lt;/span&gt;&lt;/div&gt;&lt;div&gt;&lt;span style=&quot;background-color: transparent; color: light-dark(rgb(0, 0, 0), rgb(255, 255, 255));&quot;&gt;&lt;br&gt;&lt;/span&gt;&lt;/div&gt;&lt;div&gt;&lt;span style=&quot;background-color: transparent; color: light-dark(rgb(0, 0, 0), rgb(255, 255, 255));&quot;&gt;&lt;br&gt;&lt;/span&gt;&lt;/div&gt;" style="html=1;outlineConnect=0;whiteSpace=wrap;fillColor=light-dark(#f4b42a, #004400);shape=mxgraph.archimate.application;appType=node;align=center;" parent="1" vertex="1">
-           <mxGeometry x="101.25" y="410.5" width="397.5" height="171" as="geometry" />
+         <mxCell id="ZBorQev55Vk7wjFXjuuA-15" parent="1" style="html=1;outlineConnect=0;whiteSpace=wrap;fillColor=none;shape=mxgraph.archimate.application;appType=node;align=center;strokeColor=#CC6600;strokeWidth=2;" value="&lt;span style=&quot;background-color: transparent; color: light-dark(rgb(0, 0, 0), rgb(255, 255, 255));&quot;&gt;&lt;b&gt;&lt;u&gt;GitHub: Software-Development-Environment&lt;/u&gt;&lt;/b&gt;&lt;/span&gt;&lt;div&gt;&lt;span style=&quot;background-color: transparent; color: light-dark(rgb(0, 0, 0), rgb(255, 255, 255));&quot;&gt;&lt;br&gt;&lt;/span&gt;&lt;font&gt;&lt;span style=&quot;background-color: transparent; color: light-dark(rgb(0, 0, 0), rgb(255, 255, 255));&quot;&gt;{new source code developed here}&lt;/span&gt;&lt;br&gt;&lt;/font&gt;&lt;/div&gt;&lt;div&gt;&lt;span style=&quot;background-color: transparent; color: light-dark(rgb(0, 0, 0), rgb(255, 255, 255));&quot;&gt;{dependencies to other GitHub repos fetched w/ CMake}&lt;/span&gt;&lt;/div&gt;&lt;div&gt;&lt;span style=&quot;background-color: transparent; color: light-dark(rgb(0, 0, 0), rgb(255, 255, 255));&quot;&gt;&lt;br&gt;&lt;/span&gt;&lt;/div&gt;&lt;div&gt;&lt;span style=&quot;background-color: transparent; color: light-dark(rgb(0, 0, 0), rgb(255, 255, 255));&quot;&gt;&lt;br&gt;&lt;/span&gt;&lt;/div&gt;&lt;div&gt;&lt;span style=&quot;background-color: transparent; color: light-dark(rgb(0, 0, 0), rgb(255, 255, 255));&quot;&gt;&lt;br&gt;&lt;/span&gt;&lt;/div&gt;&lt;div&gt;&lt;span style=&quot;background-color: transparent; color: light-dark(rgb(0, 0, 0), rgb(255, 255, 255));&quot;&gt;&lt;br&gt;&lt;/span&gt;&lt;/div&gt;&lt;div&gt;&lt;span style=&quot;background-color: transparent; color: light-dark(rgb(0, 0, 0), rgb(255, 255, 255));&quot;&gt;&lt;br&gt;&lt;/span&gt;&lt;/div&gt;" vertex="1">
+           <mxGeometry height="171" width="397.5" x="101.25" y="410.5" as="geometry" />
        </mxCell>
-         <mxCell id="ZBorQev55Vk7wjFXjuuA-17" value="[firmware].bin" style="html=1;outlineConnect=0;whiteSpace=wrap;fillColor=#66B2FF;shape=mxgraph.archimate3.application;appType=artifact;archiType=square;" parent="1" vertex="1">
-           <mxGeometry x="1282.5" y="200" width="115" height="42" as="geometry" />
+         <mxCell id="ZBorQev55Vk7wjFXjuuA-17" parent="1" style="html=1;outlineConnect=0;whiteSpace=wrap;fillColor=none;shape=mxgraph.archimate3.application;appType=artifact;archiType=square;strokeColor=#0066CC;strokeWidth=2;" value="[firmware].bin" vertex="1">
+           <mxGeometry height="42" width="115" x="1282.5" y="200" as="geometry" />
        </mxCell>
-         <mxCell id="ZBorQev55Vk7wjFXjuuA-19" value="[acceptance testing software].bin" style="html=1;outlineConnect=0;whiteSpace=wrap;fillColor=#66B2FF;shape=mxgraph.archimate3.application;appType=artifact;archiType=square;" parent="1" vertex="1">
-           <mxGeometry x="130.94000000000005" y="501.5" width="190" height="60" as="geometry" />
+         <mxCell id="ZBorQev55Vk7wjFXjuuA-19" parent="1" style="html=1;outlineConnect=0;whiteSpace=wrap;fillColor=none;shape=mxgraph.archimate3.application;appType=artifact;archiType=square;strokeColor=#0066CC;strokeWidth=2;" value="[integration testing software].bin" vertex="1">
+           <mxGeometry height="60" width="190" x="130.94000000000005" y="501.5" as="geometry" />
        </mxCell>
-         <mxCell id="ZBorQev55Vk7wjFXjuuA-20" value="[firmware].bin" style="html=1;outlineConnect=0;whiteSpace=wrap;fillColor=#66B2FF;shape=mxgraph.archimate3.application;appType=artifact;archiType=square;" parent="1" vertex="1">
-           <mxGeometry x="354.05999999999995" y="510.5" width="115" height="42" as="geometry" />
+         <mxCell id="ZBorQev55Vk7wjFXjuuA-20" parent="1" style="html=1;outlineConnect=0;whiteSpace=wrap;fillColor=none;shape=mxgraph.archimate3.application;appType=artifact;archiType=square;strokeColor=#0066CC;strokeWidth=2;" value="[firmware].bin" vertex="1">
+           <mxGeometry height="42" width="115" x="354.05999999999995" y="510.5" as="geometry" />
        </mxCell>
-         <mxCell id="ZBorQev55Vk7wjFXjuuA-21" value="&lt;div style=&quot;&quot;&gt;&lt;b style=&quot;font-size: 14px; background-color: transparent; color: light-dark(rgb(0, 0, 0), rgb(255, 255, 255));&quot;&gt;&lt;u&gt;Testing Computer&lt;/u&gt;&lt;/b&gt;&lt;/div&gt;&lt;div style=&quot;&quot;&gt;&lt;br&gt;&lt;/div&gt;&lt;span style=&quot;font-size: 14px; background-color: transparent; color: light-dark(rgb(0, 0, 0), rgb(255, 255, 255));&quot;&gt;&lt;div style=&quot;&quot;&gt;&lt;span style=&quot;background-color: transparent; color: light-dark(rgb(0, 0, 0), rgb(255, 255, 255));&quot;&gt;[&lt;/span&gt;&lt;i style=&quot;background-color: transparent; color: light-dark(rgb(0, 0, 0), rgb(255, 255, 255));&quot;&gt;can be development computer,&amp;nbsp;&lt;/i&gt;&lt;i style=&quot;background-color: transparent; color: light-dark(rgb(0, 0, 0), rgb(255, 255, 255));&quot;&gt;but isolated to visualize role&lt;/i&gt;&lt;span style=&quot;background-color: transparent; color: light-dark(rgb(0, 0, 0), rgb(255, 255, 255));&quot;&gt;]&lt;/span&gt;&lt;/div&gt;&lt;/span&gt;&lt;div style=&quot;&quot;&gt;&lt;span style=&quot;font-size: 14px;&quot;&gt;&lt;b&gt;&lt;u&gt;&lt;br&gt;&lt;/u&gt;&lt;/b&gt;&lt;/span&gt;&lt;/div&gt;&lt;div style=&quot;&quot;&gt;&lt;span style=&quot;font-size: 14px;&quot;&gt;&lt;b&gt;&lt;u&gt;&lt;br&gt;&lt;/u&gt;&lt;/b&gt;&lt;/span&gt;&lt;/div&gt;&lt;div style=&quot;&quot;&gt;&lt;span style=&quot;font-size: 14px;&quot;&gt;&lt;b&gt;&lt;u&gt;&lt;br&gt;&lt;/u&gt;&lt;/b&gt;&lt;/span&gt;&lt;/div&gt;&lt;div style=&quot;&quot;&gt;&lt;span style=&quot;font-size: 14px;&quot;&gt;&lt;b&gt;&lt;u&gt;&lt;br&gt;&lt;/u&gt;&lt;/b&gt;&lt;/span&gt;&lt;/div&gt;&lt;br&gt;&lt;blockquote style=&quot;margin: 0 0 0 40px; border: none; padding: 0px;&quot;&gt;&lt;br&gt;&lt;/blockquote&gt;&lt;blockquote style=&quot;margin: 0 0 0 40px; border: none; padding: 0px;&quot;&gt;&lt;br&gt;&lt;/blockquote&gt;&lt;blockquote style=&quot;margin: 0 0 0 40px; border: none; padding: 0px;&quot;&gt;&lt;br&gt;&lt;/blockquote&gt;&lt;blockquote style=&quot;margin: 0 0 0 40px; border: none; padding: 0px;&quot;&gt;&lt;br&gt;&lt;/blockquote&gt;&lt;blockquote style=&quot;margin: 0 0 0 40px; border: none; padding: 0px;&quot;&gt;&lt;br&gt;&lt;/blockquote&gt;&lt;blockquote style=&quot;margin: 0 0 0 40px; border: none; padding: 0px;&quot;&gt;&lt;br&gt;&lt;/blockquote&gt;&lt;blockquote style=&quot;margin: 0 0 0 40px; border: none; padding: 0px;&quot;&gt;&lt;br&gt;&lt;/blockquote&gt;&lt;blockquote style=&quot;margin: 0 0 0 40px; border: none; padding: 0px;&quot;&gt;&lt;br&gt;&lt;/blockquote&gt;&lt;blockquote style=&quot;margin: 0 0 0 40px; border: none; padding: 0px;&quot;&gt;&lt;br&gt;&lt;/blockquote&gt;" style="html=1;outlineConnect=0;whiteSpace=wrap;fillColor=light-dark(#f4b42a, #004400);shape=mxgraph.archimate.application;appType=node;align=center;" parent="1" vertex="1">
-           <mxGeometry x="1100" y="308" width="480" height="301" as="geometry" />
+         <mxCell id="ZBorQev55Vk7wjFXjuuA-21" parent="1" style="html=1;outlineConnect=0;whiteSpace=wrap;fillColor=none;shape=mxgraph.archimate.application;appType=node;align=center;strokeColor=#CC6600;strokeWidth=2;" value="&lt;div style=&quot;&quot;&gt;&lt;b style=&quot;font-size: 14px; background-color: transparent; color: light-dark(rgb(0, 0, 0), rgb(255, 255, 255));&quot;&gt;&lt;u&gt;Testing/Deployment Computer&lt;/u&gt;&lt;/b&gt;&lt;/div&gt;&lt;div style=&quot;&quot;&gt;&lt;br&gt;&lt;/div&gt;&lt;span style=&quot;font-size: 14px; background-color: transparent; color: light-dark(rgb(0, 0, 0), rgb(255, 255, 255));&quot;&gt;&lt;div style=&quot;&quot;&gt;&lt;span style=&quot;background-color: transparent; color: light-dark(rgb(0, 0, 0), rgb(255, 255, 255));&quot;&gt;[&lt;/span&gt;&lt;i style=&quot;background-color: transparent; color: light-dark(rgb(0, 0, 0), rgb(255, 255, 255));&quot;&gt;can be development computer,&amp;nbsp;&lt;/i&gt;&lt;i style=&quot;background-color: transparent; color: light-dark(rgb(0, 0, 0), rgb(255, 255, 255));&quot;&gt;but isolated to visualize role&lt;/i&gt;&lt;span style=&quot;background-color: transparent; color: light-dark(rgb(0, 0, 0), rgb(255, 255, 255));&quot;&gt;]&lt;/span&gt;&lt;/div&gt;&lt;/span&gt;&lt;div style=&quot;&quot;&gt;&lt;span style=&quot;font-size: 14px;&quot;&gt;&lt;b&gt;&lt;u&gt;&lt;br&gt;&lt;/u&gt;&lt;/b&gt;&lt;/span&gt;&lt;/div&gt;&lt;div style=&quot;&quot;&gt;&lt;span style=&quot;font-size: 14px;&quot;&gt;&lt;b&gt;&lt;u&gt;&lt;br&gt;&lt;/u&gt;&lt;/b&gt;&lt;/span&gt;&lt;/div&gt;&lt;div style=&quot;&quot;&gt;&lt;span style=&quot;font-size: 14px;&quot;&gt;&lt;b&gt;&lt;u&gt;&lt;br&gt;&lt;/u&gt;&lt;/b&gt;&lt;/span&gt;&lt;/div&gt;&lt;div style=&quot;&quot;&gt;&lt;span style=&quot;font-size: 14px;&quot;&gt;&lt;b&gt;&lt;u&gt;&lt;br&gt;&lt;/u&gt;&lt;/b&gt;&lt;/span&gt;&lt;/div&gt;&lt;br&gt;&lt;blockquote style=&quot;margin: 0 0 0 40px; border: none; padding: 0px;&quot;&gt;&lt;br&gt;&lt;/blockquote&gt;&lt;blockquote style=&quot;margin: 0 0 0 40px; border: none; padding: 0px;&quot;&gt;&lt;br&gt;&lt;/blockquote&gt;&lt;blockquote style=&quot;margin: 0 0 0 40px; border: none; padding: 0px;&quot;&gt;&lt;br&gt;&lt;/blockquote&gt;&lt;blockquote style=&quot;margin: 0 0 0 40px; border: none; padding: 0px;&quot;&gt;&lt;br&gt;&lt;/blockquote&gt;&lt;blockquote style=&quot;margin: 0 0 0 40px; border: none; padding: 0px;&quot;&gt;&lt;br&gt;&lt;/blockquote&gt;&lt;blockquote style=&quot;margin: 0 0 0 40px; border: none; padding: 0px;&quot;&gt;&lt;br&gt;&lt;/blockquote&gt;&lt;blockquote style=&quot;margin: 0 0 0 40px; border: none; padding: 0px;&quot;&gt;&lt;br&gt;&lt;/blockquote&gt;&lt;blockquote style=&quot;margin: 0 0 0 40px; border: none; padding: 0px;&quot;&gt;&lt;br&gt;&lt;/blockquote&gt;&lt;blockquote style=&quot;margin: 0 0 0 40px; border: none; padding: 0px;&quot;&gt;&lt;br&gt;&lt;/blockquote&gt;" vertex="1">
+           <mxGeometry height="301" width="480" x="1100" y="308" as="geometry" />
        </mxCell>
-         <mxCell id="ZBorQev55Vk7wjFXjuuA-35" value="1" style="ellipse;whiteSpace=wrap;html=1;aspect=fixed;rotation=0;gradientColor=#223548;strokeColor=none;gradientDirection=east;fillColor=#5b738b;rounded=0;pointerEvents=0;fontFamily=Helvetica;fontSize=16;fontColor=#FFFFFF;spacingTop=4;spacingBottom=4;spacingLeft=4;spacingRight=4;points=[];fontStyle=1" parent="1" vertex="1">
-           <mxGeometry x="550" y="457" width="30" height="30" as="geometry" />
+         <mxCell id="ZBorQev55Vk7wjFXjuuA-35" parent="1" style="ellipse;whiteSpace=wrap;html=1;aspect=fixed;rotation=0;gradientColor=#223548;strokeColor=none;gradientDirection=east;fillColor=#5b738b;rounded=0;pointerEvents=0;fontFamily=Helvetica;fontSize=16;fontColor=#FFFFFF;spacingTop=4;spacingBottom=4;spacingLeft=4;spacingRight=4;points=[];fontStyle=1" value="1" vertex="1">
+           <mxGeometry height="30" width="30" x="550" y="457" as="geometry" />
        </mxCell>
-         <mxCell id="ZBorQev55Vk7wjFXjuuA-36" value="2" style="ellipse;whiteSpace=wrap;html=1;aspect=fixed;rotation=0;gradientColor=#223548;strokeColor=none;gradientDirection=east;fillColor=#5b738b;rounded=0;pointerEvents=0;fontFamily=Helvetica;fontSize=16;fontColor=#FFFFFF;spacingTop=4;spacingBottom=4;spacingLeft=4;spacingRight=4;points=[];fontStyle=1" parent="1" vertex="1">
-           <mxGeometry x="550" y="590" width="30" height="30" as="geometry" />
+         <mxCell id="ZBorQev55Vk7wjFXjuuA-36" parent="1" style="ellipse;whiteSpace=wrap;html=1;aspect=fixed;rotation=0;gradientColor=#223548;strokeColor=none;gradientDirection=east;fillColor=#5b738b;rounded=0;pointerEvents=0;fontFamily=Helvetica;fontSize=16;fontColor=#FFFFFF;spacingTop=4;spacingBottom=4;spacingLeft=4;spacingRight=4;points=[];fontStyle=1" value="2" vertex="1">
+           <mxGeometry height="30" width="30" x="550" y="590" as="geometry" />
        </mxCell>
-         <mxCell id="ZBorQev55Vk7wjFXjuuA-37" value="3" style="ellipse;whiteSpace=wrap;html=1;aspect=fixed;rotation=0;gradientColor=#223548;strokeColor=none;gradientDirection=east;fillColor=#5b738b;rounded=0;pointerEvents=0;fontFamily=Helvetica;fontSize=16;fontColor=#FFFFFF;spacingTop=4;spacingBottom=4;spacingLeft=4;spacingRight=4;points=[];fontStyle=1" parent="1" vertex="1">
-           <mxGeometry x="1060" y="570" width="30" height="30" as="geometry" />
+         <mxCell id="ZBorQev55Vk7wjFXjuuA-37" parent="1" style="ellipse;whiteSpace=wrap;html=1;aspect=fixed;rotation=0;gradientColor=#223548;strokeColor=none;gradientDirection=east;fillColor=#5b738b;rounded=0;pointerEvents=0;fontFamily=Helvetica;fontSize=16;fontColor=#FFFFFF;spacingTop=4;spacingBottom=4;spacingLeft=4;spacingRight=4;points=[];fontStyle=1" value="3" vertex="1">
+           <mxGeometry height="30" width="30" x="1060" y="570" as="geometry" />
        </mxCell>
-         <mxCell id="ZBorQev55Vk7wjFXjuuA-38" value="4" style="ellipse;whiteSpace=wrap;html=1;aspect=fixed;rotation=0;gradientColor=#223548;strokeColor=none;gradientDirection=east;fillColor=#5b738b;rounded=0;pointerEvents=0;fontFamily=Helvetica;fontSize=16;fontColor=#FFFFFF;spacingTop=4;spacingBottom=4;spacingLeft=4;spacingRight=4;points=[];fontStyle=1" parent="1" vertex="1">
-           <mxGeometry x="1300" y="270" width="30" height="30" as="geometry" />
+         <mxCell id="ZBorQev55Vk7wjFXjuuA-38" parent="1" style="ellipse;whiteSpace=wrap;html=1;aspect=fixed;rotation=0;gradientColor=#223548;strokeColor=none;gradientDirection=east;fillColor=#5b738b;rounded=0;pointerEvents=0;fontFamily=Helvetica;fontSize=16;fontColor=#FFFFFF;spacingTop=4;spacingBottom=4;spacingLeft=4;spacingRight=4;points=[];fontStyle=1" value="4" vertex="1">
+           <mxGeometry height="30" width="30" x="1300" y="270" as="geometry" />
        </mxCell>
-         <mxCell id="kp-O07dp35pFu7nzHczo-2" value="&lt;b&gt;&lt;u&gt;GitHub Discussions: discussions&lt;/u&gt;&lt;/b&gt;&lt;b&gt;&lt;u&gt;&lt;br&gt;&lt;/u&gt;&lt;/b&gt;&lt;span style=&quot;background-color: transparent; color: light-dark(rgb(0, 0, 0), rgb(255, 255, 255));&quot;&gt;&lt;br&gt;{meeting notes/agendas and conversations worth saving here}&lt;/span&gt;" style="html=1;outlineConnect=0;whiteSpace=wrap;fillColor=light-dark(#f4b42a, #004400);shape=mxgraph.archimate.application;appType=node;align=center;" parent="1" vertex="1">
-           <mxGeometry x="635" y="231.5" width="370" height="70" as="geometry" />
+         <mxCell id="kp-O07dp35pFu7nzHczo-2" parent="1" style="html=1;outlineConnect=0;whiteSpace=wrap;fillColor=none;shape=mxgraph.archimate.application;appType=node;align=center;strokeColor=#CC6600;strokeWidth=2;" value="&lt;b&gt;&lt;u&gt;GitHub Discussions: discussions&lt;/u&gt;&lt;/b&gt;&lt;b&gt;&lt;u&gt;&lt;br&gt;&lt;/u&gt;&lt;/b&gt;&lt;span style=&quot;background-color: transparent; color: light-dark(rgb(0, 0, 0), rgb(255, 255, 255));&quot;&gt;&lt;br&gt;{meeting notes/agendas and conversations worth saving here}&lt;/span&gt;" vertex="1">
+           <mxGeometry height="70" width="370" x="635" y="231.5" as="geometry" />
        </mxCell>
-         <mxCell id="OIXbA-q24eOaw1Mk69oV-1" value="&lt;span style=&quot;background-color: transparent; color: light-dark(rgb(0, 0, 0), rgb(255, 255, 255));&quot;&gt;&lt;b&gt;&lt;u&gt;Discord server&lt;/u&gt;&lt;/b&gt;&lt;/span&gt;&lt;div&gt;&lt;span style=&quot;background-color: transparent; color: light-dark(rgb(0, 0, 0), rgb(255, 255, 255));&quot;&gt;&lt;br&gt;{all untracked communication&lt;/span&gt;&lt;span style=&quot;background-color: transparent; color: light-dark(rgb(0, 0, 0), rgb(255, 255, 255));&quot;&gt;}&lt;/span&gt;&lt;/div&gt;" style="html=1;outlineConnect=0;whiteSpace=wrap;fillColor=light-dark(#f4b42a, #004400);shape=mxgraph.archimate.application;appType=node;align=center;" parent="1" vertex="1">
-           <mxGeometry x="360.94" y="670" width="280" height="80" as="geometry" />
+         <mxCell id="OIXbA-q24eOaw1Mk69oV-1" parent="1" style="html=1;outlineConnect=0;whiteSpace=wrap;fillColor=none;shape=mxgraph.archimate.application;appType=node;align=center;strokeColor=#CC6600;strokeWidth=2;" value="&lt;span style=&quot;background-color: transparent; color: light-dark(rgb(0, 0, 0), rgb(255, 255, 255));&quot;&gt;&lt;b&gt;&lt;u&gt;Discord server&lt;/u&gt;&lt;/b&gt;&lt;/span&gt;&lt;div&gt;&lt;span style=&quot;background-color: transparent; color: light-dark(rgb(0, 0, 0), rgb(255, 255, 255));&quot;&gt;&lt;br&gt;{all untracked communication&lt;/span&gt;&lt;span style=&quot;background-color: transparent; color: light-dark(rgb(0, 0, 0), rgb(255, 255, 255));&quot;&gt;}&lt;/span&gt;&lt;/div&gt;" vertex="1">
+           <mxGeometry height="80" width="280" x="360.94" y="670" as="geometry" />
        </mxCell>
-         <mxCell id="OIXbA-q24eOaw1Mk69oV-2" value="&lt;span style=&quot;background-color: transparent; color: light-dark(rgb(0, 0, 0), rgb(255, 255, 255));&quot;&gt;&lt;b&gt;&lt;u&gt;YouTube:&amp;nbsp;&lt;/u&gt;&lt;/b&gt;&lt;/span&gt;&lt;b&gt;&lt;u&gt;Mouse Unit 07&lt;/u&gt;&lt;/b&gt;&lt;div&gt;&lt;span style=&quot;background-color: transparent; color: light-dark(rgb(0, 0, 0), rgb(255, 255, 255));&quot;&gt;&lt;br&gt;{store all videos for reference&lt;/span&gt;&lt;span style=&quot;background-color: transparent; color: light-dark(rgb(0, 0, 0), rgb(255, 255, 255));&quot;&gt;}&lt;/span&gt;&lt;/div&gt;" style="html=1;outlineConnect=0;whiteSpace=wrap;fillColor=light-dark(#f4b42a, #004400);shape=mxgraph.archimate.application;appType=node;align=center;" parent="1" vertex="1">
-           <mxGeometry x="60" y="670" width="280" height="80" as="geometry" />
+         <mxCell id="OIXbA-q24eOaw1Mk69oV-2" parent="1" style="html=1;outlineConnect=0;whiteSpace=wrap;fillColor=none;shape=mxgraph.archimate.application;appType=node;align=center;strokeColor=#CC6600;" value="&lt;span style=&quot;background-color: transparent; color: light-dark(rgb(0, 0, 0), rgb(255, 255, 255));&quot;&gt;&lt;b&gt;&lt;u&gt;YouTube:&amp;nbsp;&lt;/u&gt;&lt;/b&gt;&lt;/span&gt;&lt;b&gt;&lt;u&gt;Mouse Unit 07&lt;/u&gt;&lt;/b&gt;&lt;div&gt;&lt;span style=&quot;background-color: transparent; color: light-dark(rgb(0, 0, 0), rgb(255, 255, 255));&quot;&gt;&lt;br&gt;{store all videos for reference&lt;/span&gt;&lt;span style=&quot;background-color: transparent; color: light-dark(rgb(0, 0, 0), rgb(255, 255, 255));&quot;&gt;}&lt;/span&gt;&lt;/div&gt;" vertex="1">
+           <mxGeometry height="80" width="280" x="60" y="670" as="geometry" />
        </mxCell>
-         <mxCell id="OIXbA-q24eOaw1Mk69oV-3" value="&lt;span style=&quot;background-color: transparent; color: light-dark(rgb(0, 0, 0), rgb(255, 255, 255));&quot;&gt;&lt;b&gt;&lt;u&gt;Fusion 360&lt;/u&gt;&lt;/b&gt;&lt;/span&gt;&lt;div&gt;&lt;span style=&quot;background-color: transparent; color: light-dark(rgb(0, 0, 0), rgb(255, 255, 255));&quot;&gt;&lt;br&gt;{3D models, schematic/PCB development&lt;/span&gt;&lt;span style=&quot;background-color: transparent; color: light-dark(rgb(0, 0, 0), rgb(255, 255, 255));&quot;&gt;}&lt;/span&gt;&lt;/div&gt;" style="html=1;outlineConnect=0;whiteSpace=wrap;fillColor=light-dark(#f4b42a, #004400);shape=mxgraph.archimate.application;appType=node;align=center;" parent="1" vertex="1">
-           <mxGeometry x="660" y="670" width="280" height="80" as="geometry" />
+         <mxCell id="OIXbA-q24eOaw1Mk69oV-3" parent="1" style="html=1;outlineConnect=0;whiteSpace=wrap;fillColor=none;shape=mxgraph.archimate.application;appType=node;align=center;strokeColor=#CC6600;strokeWidth=2;" value="&lt;span style=&quot;background-color: transparent; color: light-dark(rgb(0, 0, 0), rgb(255, 255, 255));&quot;&gt;&lt;b&gt;&lt;u&gt;Fusion 360&lt;/u&gt;&lt;/b&gt;&lt;/span&gt;&lt;div&gt;&lt;span style=&quot;background-color: transparent; color: light-dark(rgb(0, 0, 0), rgb(255, 255, 255));&quot;&gt;&lt;br&gt;{3D models, schematic/PCB development&lt;/span&gt;&lt;span style=&quot;background-color: transparent; color: light-dark(rgb(0, 0, 0), rgb(255, 255, 255));&quot;&gt;}&lt;/span&gt;&lt;/div&gt;" vertex="1">
+           <mxGeometry height="80" width="280" x="660" y="670" as="geometry" />
        </mxCell>
-         <mxCell id="fanAxC833oE1xh6Va0iM-1" style="edgeStyle=orthogonalEdgeStyle;rounded=0;orthogonalLoop=1;jettySize=auto;html=1;entryX=0;entryY=0.25;entryDx=0;entryDy=0;entryPerimeter=0;" edge="1" parent="1" source="ZBorQev55Vk7wjFXjuuA-15" target="ZBorQev55Vk7wjFXjuuA-1">
+         <mxCell id="fanAxC833oE1xh6Va0iM-1" edge="1" parent="1" source="ZBorQev55Vk7wjFXjuuA-15" style="edgeStyle=orthogonalEdgeStyle;rounded=0;orthogonalLoop=1;jettySize=auto;html=1;entryX=0;entryY=0.25;entryDx=0;entryDy=0;entryPerimeter=0;" target="ZBorQev55Vk7wjFXjuuA-1">
          <mxGeometry relative="1" as="geometry">
            <Array as="points">
              <mxPoint x="600" y="496" />
              <mxPoint x="600" y="542" />
            </Array>
          </mxGeometry>
        </mxCell>
-         <mxCell id="fanAxC833oE1xh6Va0iM-2" style="edgeStyle=orthogonalEdgeStyle;rounded=0;orthogonalLoop=1;jettySize=auto;html=1;entryX=1;entryY=0.75;entryDx=0;entryDy=0;entryPerimeter=0;exitX=0;exitY=0.75;exitDx=0;exitDy=0;exitPerimeter=0;" edge="1" parent="1" source="ZBorQev55Vk7wjFXjuuA-1" target="ZBorQev55Vk7wjFXjuuA-15">
+         <mxCell id="fanAxC833oE1xh6Va0iM-2" edge="1" parent="1" source="ZBorQev55Vk7wjFXjuuA-1" style="edgeStyle=orthogonalEdgeStyle;rounded=0;orthogonalLoop=1;jettySize=auto;html=1;entryX=1;entryY=0.75;entryDx=0;entryDy=0;entryPerimeter=0;exitX=0;exitY=0.75;exitDx=0;exitDy=0;exitPerimeter=0;" target="ZBorQev55Vk7wjFXjuuA-15">
          <mxGeometry relative="1" as="geometry">
            <Array as="points">
              <mxPoint x="560" y="572" />
              <mxPoint x="560" y="539" />
            </Array>
          </mxGeometry>
        </mxCell>
-         <mxCell id="fanAxC833oE1xh6Va0iM-3" value="&lt;span style=&quot;background-color: transparent; color: light-dark(rgb(0, 0, 0), rgb(255, 255, 255));&quot;&gt;&lt;b&gt;&lt;u&gt;GitHub: Software-Development-Environment&lt;/u&gt;&lt;/b&gt;&lt;/span&gt;&lt;div&gt;&lt;span style=&quot;background-color: transparent; color: light-dark(rgb(0, 0, 0), rgb(255, 255, 255));&quot;&gt;&lt;br&gt;&lt;/span&gt;&lt;font&gt;&lt;span style=&quot;background-color: transparent; color: light-dark(rgb(0, 0, 0), rgb(255, 255, 255));&quot;&gt;{all binaries generated here to be deployed}&lt;/span&gt;&lt;br&gt;&lt;/font&gt;&lt;/div&gt;&lt;div&gt;&lt;br&gt;&lt;/div&gt;&lt;div&gt;&lt;span style=&quot;background-color: transparent; color: light-dark(rgb(0, 0, 0), rgb(255, 255, 255));&quot;&gt;&lt;br&gt;&lt;/span&gt;&lt;/div&gt;&lt;div&gt;&lt;span style=&quot;background-color: transparent; color: light-dark(rgb(0, 0, 0), rgb(255, 255, 255));&quot;&gt;&lt;br&gt;&lt;/span&gt;&lt;/div&gt;&lt;div&gt;&lt;span style=&quot;background-color: transparent; color: light-dark(rgb(0, 0, 0), rgb(255, 255, 255));&quot;&gt;&lt;br&gt;&lt;/span&gt;&lt;/div&gt;&lt;div&gt;&lt;span style=&quot;background-color: transparent; color: light-dark(rgb(0, 0, 0), rgb(255, 255, 255));&quot;&gt;&lt;br&gt;&lt;/span&gt;&lt;/div&gt;&lt;div&gt;&lt;span style=&quot;background-color: transparent; color: light-dark(rgb(0, 0, 0), rgb(255, 255, 255));&quot;&gt;&lt;br&gt;&lt;/span&gt;&lt;/div&gt;" style="html=1;outlineConnect=0;whiteSpace=wrap;fillColor=light-dark(#f4b42a, #004400);shape=mxgraph.archimate.application;appType=node;align=center;" vertex="1" parent="1">
-           <mxGeometry x="1141.25" y="410.5" width="397.5" height="171" as="geometry" />
+         <mxCell id="fanAxC833oE1xh6Va0iM-3" parent="1" style="html=1;outlineConnect=0;whiteSpace=wrap;fillColor=none;shape=mxgraph.archimate.application;appType=node;align=center;strokeColor=#CC6600;strokeWidth=2;" value="&lt;span style=&quot;background-color: transparent; color: light-dark(rgb(0, 0, 0), rgb(255, 255, 255));&quot;&gt;&lt;b&gt;&lt;u&gt;GitHub: Software-Development-Environment&lt;/u&gt;&lt;/b&gt;&lt;/span&gt;&lt;div&gt;&lt;span style=&quot;background-color: transparent; color: light-dark(rgb(0, 0, 0), rgb(255, 255, 255));&quot;&gt;&lt;br&gt;&lt;/span&gt;&lt;font&gt;&lt;span style=&quot;background-color: transparent; color: light-dark(rgb(0, 0, 0), rgb(255, 255, 255));&quot;&gt;{all binaries generated here to be deployed}&lt;/span&gt;&lt;br&gt;&lt;/font&gt;&lt;/div&gt;&lt;div&gt;&lt;br&gt;&lt;/div&gt;&lt;div&gt;&lt;span style=&quot;background-color: transparent; color: light-dark(rgb(0, 0, 0), rgb(255, 255, 255));&quot;&gt;&lt;br&gt;&lt;/span&gt;&lt;/div&gt;&lt;div&gt;&lt;span style=&quot;background-color: transparent; color: light-dark(rgb(0, 0, 0), rgb(255, 255, 255));&quot;&gt;&lt;br&gt;&lt;/span&gt;&lt;/div&gt;&lt;div&gt;&lt;span style=&quot;background-color: transparent; color: light-dark(rgb(0, 0, 0), rgb(255, 255, 255));&quot;&gt;&lt;br&gt;&lt;/span&gt;&lt;/div&gt;&lt;div&gt;&lt;span style=&quot;background-color: transparent; color: light-dark(rgb(0, 0, 0), rgb(255, 255, 255));&quot;&gt;&lt;br&gt;&lt;/span&gt;&lt;/div&gt;&lt;div&gt;&lt;span style=&quot;background-color: transparent; color: light-dark(rgb(0, 0, 0), rgb(255, 255, 255));&quot;&gt;&lt;br&gt;&lt;/span&gt;&lt;/div&gt;" vertex="1">
+           <mxGeometry height="171" width="397.5" x="1141.25" y="410.5" as="geometry" />
        </mxCell>
-         <mxCell id="ZBorQev55Vk7wjFXjuuA-18" value="[acceptance testing software].bin" style="html=1;outlineConnect=0;whiteSpace=wrap;fillColor=#66B2FF;shape=mxgraph.archimate3.application;appType=artifact;archiType=square;" parent="1" vertex="1">
-           <mxGeometry x="1245" y="501.5" width="190" height="60" as="geometry" />
+         <mxCell id="ZBorQev55Vk7wjFXjuuA-18" parent="1" style="html=1;outlineConnect=0;whiteSpace=wrap;fillColor=none;shape=mxgraph.archimate3.application;appType=artifact;archiType=square;strokeColor=#0066CC;strokeWidth=2;" value="[integration testing software].bin" vertex="1">
+           <mxGeometry height="60" width="190" x="1245" y="501.5" as="geometry" />
        </mxCell>
-         <mxCell id="fanAxC833oE1xh6Va0iM-4" style="edgeStyle=orthogonalEdgeStyle;rounded=0;orthogonalLoop=1;jettySize=auto;html=1;entryX=1;entryY=0.5;entryDx=0;entryDy=0;entryPerimeter=0;" edge="1" parent="1" source="fanAxC833oE1xh6Va0iM-3" target="ZBorQev55Vk7wjFXjuuA-1">
+         <mxCell id="fanAxC833oE1xh6Va0iM-4" edge="1" parent="1" source="fanAxC833oE1xh6Va0iM-3" style="edgeStyle=orthogonalEdgeStyle;rounded=0;orthogonalLoop=1;jettySize=auto;html=1;entryX=1;entryY=0.5;entryDx=0;entryDy=0;entryPerimeter=0;" target="ZBorQev55Vk7wjFXjuuA-1">
          <mxGeometry relative="1" as="geometry">
            <Array as="points">
              <mxPoint x="1080" y="496" />
              <mxPoint x="1080" y="557" />
            </Array>
          </mxGeometry>
        </mxCell>
-         <mxCell id="fanAxC833oE1xh6Va0iM-5" style="edgeStyle=orthogonalEdgeStyle;rounded=0;orthogonalLoop=1;jettySize=auto;html=1;entryX=0.5;entryY=0;entryDx=0;entryDy=0;entryPerimeter=0;" edge="1" parent="1" source="ZBorQev55Vk7wjFXjuuA-14" target="ZBorQev55Vk7wjFXjuuA-21">
+         <mxCell id="fanAxC833oE1xh6Va0iM-5" edge="1" parent="1" source="ZBorQev55Vk7wjFXjuuA-14" style="edgeStyle=orthogonalEdgeStyle;rounded=0;orthogonalLoop=1;jettySize=auto;html=1;entryX=0.5;entryY=0;entryDx=0;entryDy=0;entryPerimeter=0;" target="ZBorQev55Vk7wjFXjuuA-21">
          <mxGeometry relative="1" as="geometry" />
        </mxCell>
      </root>
    </mxGraphModel>
  </diagram>
</mxfile>
